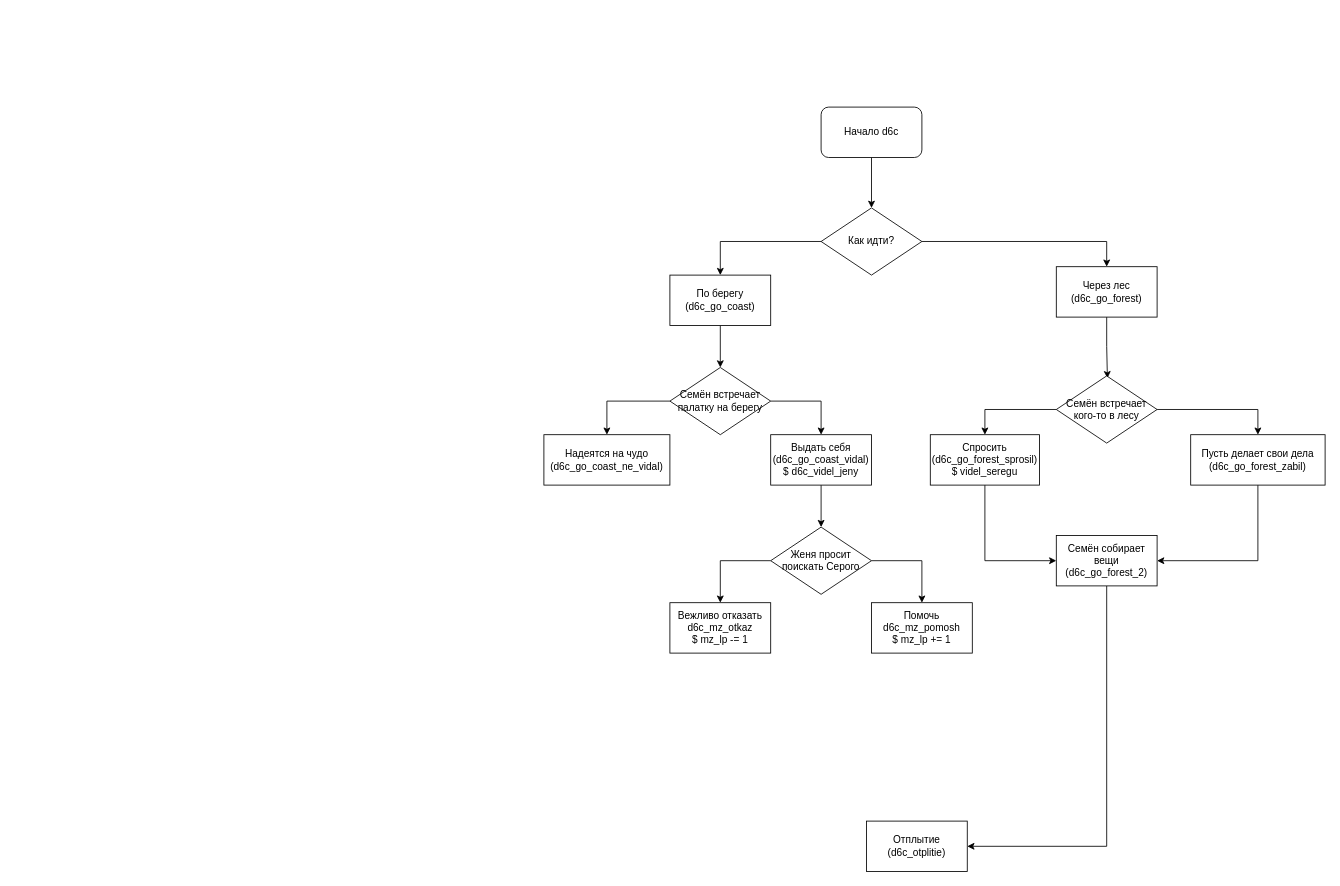
Above: Не должно попасть в релиз/Схема сценария.drawio in shkiper8591/wnfh (draw.io), before the change. Source tidied: cells renumbered, new cells numbered last; positions are measured from the earlier drawing's top-left corner, leaving out a move shared by most shapes. Both pictures are drawn from the tidied source at 84%, with x=0, y=0 at pixel (543, 107).
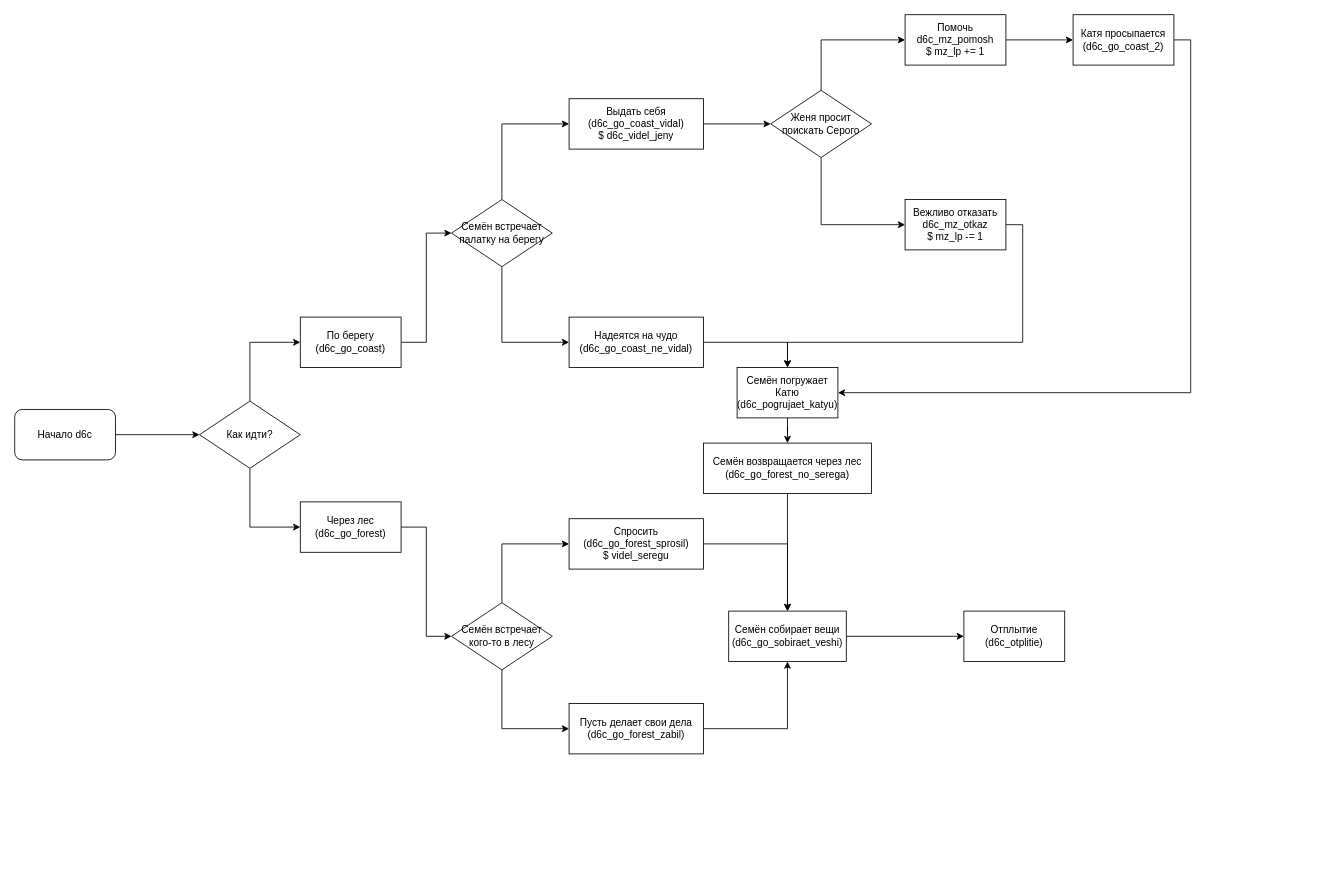
After the change.

Diff of the diagram source:
```diff
@@
-    <mxCell id="2" style="edgeStyle=orthogonalEdgeStyle;rounded=0;jettySize=auto;html=1;exitX=0.5;exitY=1;exitDx=0;exitDy=0;entryX=0.5;entryY=0;entryDx=0;entryDy=0;" parent="1" edge="1" source="3" target="6">
+    <mxCell id="2" style="edgeStyle=orthogonalEdgeStyle;rounded=0;jettySize=auto;html=1;exitX=1;exitY=0.5;exitDx=0;exitDy=0;entryX=0;entryY=0.5;entryDx=0;entryDy=0;" parent="1" edge="1" source="3" target="6">
       <mxGeometry relative="1" as="geometry" />
     </mxCell>
     <mxCell id="3" value="Начало d6c" style="rounded=1;whiteSpace=wrap;html=1;" parent="1" vertex="1">
-      <mxGeometry x="330" width="120" height="60" as="geometry" />
+      <mxGeometry x="-630" y="360" width="120" height="60" as="geometry" />
     </mxCell>
+    <mxCell id="5" style="edgeStyle=orthogonalEdgeStyle;rounded=0;jettySize=auto;html=1;exitX=0.5;exitY=1;exitDx=0;exitDy=0;entryX=0;entryY=0.5;entryDx=0;entryDy=0;" parent="1" edge="1" source="6" target="10">
+      <mxGeometry relative="1" as="geometry" />
+    </mxCell>
-    <mxCell id="4" style="edgeStyle=orthogonalEdgeStyle;rounded=0;jettySize=auto;html=1;exitX=0;exitY=0.5;exitDx=0;exitDy=0;entryX=0.5;entryY=0;entryDx=0;entryDy=0;" parent="1" edge="1" source="6" target="8">
+    <mxCell id="4" style="edgeStyle=orthogonalEdgeStyle;rounded=0;jettySize=auto;html=1;exitX=0.5;exitY=0;exitDx=0;exitDy=0;entryX=0;entryY=0.5;entryDx=0;entryDy=0;" parent="1" edge="1" source="6" target="8">
       <mxGeometry relative="1" as="geometry" />
     </mxCell>
-    <mxCell id="5" style="edgeStyle=orthogonalEdgeStyle;rounded=0;jettySize=auto;html=1;exitX=1;exitY=0.5;exitDx=0;exitDy=0;entryX=0.5;entryY=0;entryDx=0;entryDy=0;" parent="1" edge="1" source="6" target="10">
-      <mxGeometry relative="1" as="geometry" />
-    </mxCell>
     <mxCell id="6" value="Как идти?" style="rhombus;whiteSpace=wrap;html=1;" parent="1" vertex="1">
-      <mxGeometry x="330" y="120" width="120" height="80" as="geometry" />
+      <mxGeometry x="-410" y="350" width="120" height="80" as="geometry" />
     </mxCell>
-    <mxCell id="7" style="edgeStyle=orthogonalEdgeStyle;rounded=0;jettySize=auto;html=1;exitX=0.5;exitY=1;exitDx=0;exitDy=0;entryX=0.5;entryY=0;entryDx=0;entryDy=0;" parent="1" edge="1" source="8" target="13">
+    <mxCell id="7" style="edgeStyle=orthogonalEdgeStyle;rounded=0;jettySize=auto;html=1;exitX=1;exitY=0.5;exitDx=0;exitDy=0;entryX=0;entryY=0.5;entryDx=0;entryDy=0;" parent="1" edge="1" source="8" target="13">
       <mxGeometry relative="1" as="geometry" />
     </mxCell>
     <mxCell id="8" value="По берегу&lt;br&gt;(d6c_go_coast)" style="rounded=0;whiteSpace=wrap;html=1;" parent="1" vertex="1">
-      <mxGeometry x="150" y="200" width="120" height="60" as="geometry" />
+      <mxGeometry x="-290" y="250" width="120" height="60" as="geometry" />
     </mxCell>
-    <mxCell id="9" style="edgeStyle=orthogonalEdgeStyle;rounded=0;jettySize=auto;html=1;exitX=0.5;exitY=1;exitDx=0;exitDy=0;entryX=0.507;entryY=0.035;entryDx=0;entryDy=0;entryPerimeter=0;" parent="1" edge="1" source="10" target="16">
+    <mxCell id="9" style="edgeStyle=orthogonalEdgeStyle;rounded=0;jettySize=auto;html=1;exitX=1;exitY=0.5;exitDx=0;exitDy=0;entryX=0;entryY=0.5;entryDx=0;entryDy=0;" parent="1" edge="1" source="10" target="16">
       <mxGeometry relative="1" as="geometry" />
     </mxCell>
     <mxCell id="10" value="Через лес&lt;br&gt;(d6c_go_forest)" style="rounded=0;whiteSpace=wrap;html=1;" parent="1" vertex="1">
-      <mxGeometry x="610" y="190" width="120" height="60" as="geometry" />
+      <mxGeometry x="-290" y="470" width="120" height="60" as="geometry" />
     </mxCell>
-    <mxCell id="11" style="edgeStyle=orthogonalEdgeStyle;rounded=0;jettySize=auto;html=1;exitX=0;exitY=0.5;exitDx=0;exitDy=0;entryX=0.5;entryY=0;entryDx=0;entryDy=0;" parent="1" edge="1" source="13" target="17">
+    <mxCell id="11" style="edgeStyle=orthogonalEdgeStyle;rounded=0;jettySize=auto;html=1;exitX=0.5;exitY=1;exitDx=0;exitDy=0;entryX=0;entryY=0.5;entryDx=0;entryDy=0;" parent="1" edge="1" source="13" target="17">
       <mxGeometry relative="1" as="geometry" />
     </mxCell>
-    <mxCell id="12" style="edgeStyle=orthogonalEdgeStyle;rounded=0;jettySize=auto;html=1;exitX=1;exitY=0.5;exitDx=0;exitDy=0;" parent="1" edge="1" source="13" target="19">
+    <mxCell id="12" style="edgeStyle=orthogonalEdgeStyle;rounded=0;jettySize=auto;html=1;exitX=0.5;exitY=0;exitDx=0;exitDy=0;entryX=0;entryY=0.5;entryDx=0;entryDy=0;" parent="1" edge="1" source="13" target="19">
       <mxGeometry relative="1" as="geometry" />
     </mxCell>
     <mxCell id="13" value="Семён встречает палатку на берегу" style="rhombus;whiteSpace=wrap;html=1;" parent="1" vertex="1">
-      <mxGeometry x="150" y="310" width="120" height="80" as="geometry" />
+      <mxGeometry x="-110" y="110" width="120" height="80" as="geometry" />
     </mxCell>
-    <mxCell id="14" style="edgeStyle=orthogonalEdgeStyle;rounded=0;jettySize=auto;html=1;exitX=0;exitY=0.5;exitDx=0;exitDy=0;entryX=0.5;entryY=0;entryDx=0;entryDy=0;" parent="1" edge="1" source="16" target="21">
+    <mxCell id="14" style="edgeStyle=orthogonalEdgeStyle;rounded=0;jettySize=auto;html=1;exitX=0.5;exitY=0;exitDx=0;exitDy=0;entryX=0;entryY=0.5;entryDx=0;entryDy=0;" parent="1" edge="1" source="16" target="21">
       <mxGeometry relative="1" as="geometry" />
     </mxCell>
-    <mxCell id="15" style="edgeStyle=orthogonalEdgeStyle;rounded=0;jettySize=auto;html=1;exitX=1;exitY=0.5;exitDx=0;exitDy=0;entryX=0.5;entryY=0;entryDx=0;entryDy=0;" parent="1" edge="1" source="16" target="23">
+    <mxCell id="15" style="edgeStyle=orthogonalEdgeStyle;rounded=0;jettySize=auto;html=1;exitX=0.5;exitY=1;exitDx=0;exitDy=0;entryX=0;entryY=0.5;entryDx=0;entryDy=0;" parent="1" edge="1" source="16" target="23">
       <mxGeometry relative="1" as="geometry" />
     </mxCell>
     <mxCell id="16" value="Семён встречает кого-то в лесу" style="rhombus;whiteSpace=wrap;html=1;" parent="1" vertex="1">
-      <mxGeometry x="610" y="320" width="120" height="80" as="geometry" />
+      <mxGeometry x="-110" y="590" width="120" height="80" as="geometry" />
     </mxCell>
+    <mxCell id="32" style="edgeStyle=orthogonalEdgeStyle;rounded=0;jettySize=auto;html=1;exitX=1;exitY=0.5;exitDx=0;exitDy=0;entryX=0.5;entryY=0;entryDx=0;entryDy=0;" parent="1" edge="1" source="17" target="36">
+      <mxGeometry relative="1" as="geometry" />
+    </mxCell>
     <mxCell id="17" value="Надеятся на чудо&lt;br&gt;(d6c_go_coast_ne_vidal)" style="rounded=0;whiteSpace=wrap;html=1;" parent="1" vertex="1">
-      <mxGeometry y="390" width="150" height="60" as="geometry" />
+      <mxGeometry x="30" y="250" width="160" height="60" as="geometry" />
     </mxCell>
-    <mxCell id="18" style="edgeStyle=orthogonalEdgeStyle;rounded=0;jettySize=auto;html=1;exitX=0.5;exitY=1;exitDx=0;exitDy=0;entryX=0.5;entryY=0;entryDx=0;entryDy=0;" parent="1" edge="1" source="19" target="26">
+    <mxCell id="18" style="edgeStyle=orthogonalEdgeStyle;rounded=0;jettySize=auto;html=1;exitX=1;exitY=0.5;exitDx=0;exitDy=0;entryX=0;entryY=0.5;entryDx=0;entryDy=0;" parent="1" edge="1" source="19" target="26">
       <mxGeometry relative="1" as="geometry" />
     </mxCell>
     <mxCell id="19" value="Выдать себя&lt;br&gt;(d6c_go_coast_vidal)&lt;br&gt;$ d6c_videl_jeny" style="rounded=0;whiteSpace=wrap;html=1;" parent="1" vertex="1">
-      <mxGeometry x="270" y="390" width="120" height="60" as="geometry" />
+      <mxGeometry x="30" y="-10" width="160" height="60" as="geometry" />
     </mxCell>
-    <mxCell id="20" style="edgeStyle=orthogonalEdgeStyle;rounded=0;jettySize=auto;html=1;exitX=0.5;exitY=1;exitDx=0;exitDy=0;entryX=0;entryY=0.5;entryDx=0;entryDy=0;" parent="1" edge="1" source="21" target="30">
+    <mxCell id="20" style="edgeStyle=orthogonalEdgeStyle;rounded=0;jettySize=auto;html=1;exitX=1;exitY=0.5;exitDx=0;exitDy=0;entryX=0.5;entryY=0;entryDx=0;entryDy=0;" parent="1" edge="1" source="21" target="30">
       <mxGeometry relative="1" as="geometry" />
     </mxCell>
     <mxCell id="21" value="Спросить&lt;br&gt;(d6c_go_forest_sprosil)&lt;br&gt;$ videl_seregu" style="rounded=0;whiteSpace=wrap;html=1;" parent="1" vertex="1">
-      <mxGeometry x="460" y="390" width="130" height="60" as="geometry" />
+      <mxGeometry x="30" y="490" width="160" height="60" as="geometry" />
     </mxCell>
-    <mxCell id="22" style="edgeStyle=orthogonalEdgeStyle;rounded=0;jettySize=auto;html=1;exitX=0.5;exitY=1;exitDx=0;exitDy=0;entryX=1;entryY=0.5;entryDx=0;entryDy=0;" parent="1" edge="1" source="23" target="30">
+    <mxCell id="22" style="edgeStyle=orthogonalEdgeStyle;rounded=0;jettySize=auto;html=1;exitX=1;exitY=0.5;exitDx=0;exitDy=0;" parent="1" edge="1" source="23" target="30">
       <mxGeometry relative="1" as="geometry" />
     </mxCell>
     <mxCell id="23" value="Пусть делает свои дела&lt;br&gt;(d6c_go_forest_zabil)" style="rounded=0;whiteSpace=wrap;html=1;" parent="1" vertex="1">
-      <mxGeometry x="770" y="390" width="160" height="60" as="geometry" />
+      <mxGeometry x="30" y="710" width="160" height="60" as="geometry" />
     </mxCell>
-    <mxCell id="24" style="edgeStyle=orthogonalEdgeStyle;rounded=0;jettySize=auto;html=1;exitX=0;exitY=0.5;exitDx=0;exitDy=0;entryX=0.5;entryY=0;entryDx=0;entryDy=0;" parent="1" edge="1" source="26" target="27">
+    <mxCell id="24" style="edgeStyle=orthogonalEdgeStyle;rounded=0;jettySize=auto;html=1;exitX=0.5;exitY=1;exitDx=0;exitDy=0;entryX=0;entryY=0.5;entryDx=0;entryDy=0;" parent="1" edge="1" source="26" target="27">
       <mxGeometry relative="1" as="geometry" />
     </mxCell>
-    <mxCell id="25" style="edgeStyle=orthogonalEdgeStyle;rounded=0;jettySize=auto;html=1;exitX=1;exitY=0.5;exitDx=0;exitDy=0;" parent="1" edge="1" source="26" target="28">
+    <mxCell id="25" style="edgeStyle=orthogonalEdgeStyle;rounded=0;jettySize=auto;html=1;exitX=0.5;exitY=0;exitDx=0;exitDy=0;entryX=0;entryY=0.5;entryDx=0;entryDy=0;" parent="1" edge="1" source="26" target="28">
       <mxGeometry relative="1" as="geometry" />
     </mxCell>
     <mxCell id="26" value="Женя просит поискать Серого" style="rhombus;whiteSpace=wrap;html=1;" parent="1" vertex="1">
-      <mxGeometry x="270" y="500" width="120" height="80" as="geometry" />
+      <mxGeometry x="270" y="-20" width="120" height="80" as="geometry" />
     </mxCell>
+    <mxCell id="33" style="edgeStyle=orthogonalEdgeStyle;rounded=0;jettySize=auto;html=1;exitX=1;exitY=0.5;exitDx=0;exitDy=0;" parent="1" edge="1" source="27" target="36">
+      <mxGeometry relative="1" as="geometry">
+        <Array as="points">
+          <mxPoint x="570" y="140" />
+          <mxPoint x="570" y="280" />
+          <mxPoint x="290" y="280" />
+        </Array>
+      </mxGeometry>
+    </mxCell>
     <mxCell id="27" value="Вежливо отказать&lt;br&gt;d6c_mz_otkaz&lt;br&gt;$ mz_lp -= 1" style="rounded=0;whiteSpace=wrap;html=1;" parent="1" vertex="1">
-      <mxGeometry x="150" y="590" width="120" height="60" as="geometry" />
+      <mxGeometry x="430" y="110" width="120" height="60" as="geometry" />
     </mxCell>
+    <mxCell id="34" style="edgeStyle=orthogonalEdgeStyle;rounded=0;jettySize=auto;html=1;exitX=1;exitY=0.5;exitDx=0;exitDy=0;entryX=0;entryY=0.5;entryDx=0;entryDy=0;" parent="1" edge="1" source="28" target="38">
+      <mxGeometry relative="1" as="geometry" />
+    </mxCell>
     <mxCell id="28" value="Помочь&lt;br&gt;d6c_mz_pomosh&lt;br&gt;$ mz_lp += 1" style="rounded=0;whiteSpace=wrap;html=1;" parent="1" vertex="1">
-      <mxGeometry x="390" y="590" width="120" height="60" as="geometry" />
+      <mxGeometry x="430" y="-110" width="120" height="60" as="geometry" />
     </mxCell>
-    <mxCell id="29" style="edgeStyle=orthogonalEdgeStyle;rounded=0;jettySize=auto;html=1;exitX=0.5;exitY=1;exitDx=0;exitDy=0;entryX=1;entryY=0.5;entryDx=0;entryDy=0;" parent="1" edge="1" source="30" target="31">
+    <mxCell id="29" style="edgeStyle=orthogonalEdgeStyle;rounded=0;jettySize=auto;html=1;exitX=1;exitY=0.5;exitDx=0;exitDy=0;entryX=0;entryY=0.5;entryDx=0;entryDy=0;" parent="1" edge="1" source="30" target="31">
       <mxGeometry relative="1" as="geometry" />
     </mxCell>
-    <mxCell id="30" value="Семён собирает вещи&lt;br&gt;(d6c_go_forest_2)" style="rounded=0;whiteSpace=wrap;html=1;" parent="1" vertex="1">
-      <mxGeometry x="610" y="510" width="120" height="60" as="geometry" />
+    <mxCell id="30" value="Семён собирает вещи&lt;br&gt;(d6c_go_sobiraet_veshi)" style="rounded=0;whiteSpace=wrap;html=1;" parent="1" vertex="1">
+      <mxGeometry x="220" y="600" width="140" height="60" as="geometry" />
     </mxCell>
     <mxCell id="31" value="Отплытие&lt;br&gt;(d6c_otplitie)" style="rounded=0;whiteSpace=wrap;html=1;" parent="1" vertex="1">
-      <mxGeometry x="384" y="850" width="120" height="60" as="geometry" />
+      <mxGeometry x="500" y="600" width="120" height="60" as="geometry" />
     </mxCell>
+    <mxCell id="35" style="edgeStyle=orthogonalEdgeStyle;rounded=0;jettySize=auto;html=1;exitX=0.5;exitY=1;exitDx=0;exitDy=0;" parent="1" edge="1" source="36" target="40">
+      <mxGeometry relative="1" as="geometry" />
+    </mxCell>
+    <mxCell id="36" value="Семён погружает Катю&lt;br&gt;(d6c_pogrujaet_katyu)" style="rounded=0;whiteSpace=wrap;html=1;" parent="1" vertex="1">
+      <mxGeometry x="230" y="310" width="120" height="60" as="geometry" />
+    </mxCell>
+    <mxCell id="37" style="edgeStyle=orthogonalEdgeStyle;rounded=0;jettySize=auto;html=1;exitX=1;exitY=0.5;exitDx=0;exitDy=0;entryX=1;entryY=0.5;entryDx=0;entryDy=0;" parent="1" edge="1" source="38" target="36">
+      <mxGeometry relative="1" as="geometry" />
+    </mxCell>
+    <mxCell id="38" value="Катя просыпается&lt;br&gt;(d6c_go_coast_2)" style="rounded=0;whiteSpace=wrap;html=1;" parent="1" vertex="1">
+      <mxGeometry x="630" y="-110" width="120" height="60" as="geometry" />
+    </mxCell>
+    <mxCell id="39" style="edgeStyle=orthogonalEdgeStyle;rounded=0;jettySize=auto;html=1;exitX=0.5;exitY=1;exitDx=0;exitDy=0;entryX=0.5;entryY=0;entryDx=0;entryDy=0;" parent="1" edge="1" source="40" target="30">
+      <mxGeometry relative="1" as="geometry" />
+    </mxCell>
+    <mxCell id="40" value="Семён возвращается через лес&lt;br&gt;(d6c_go_forest_no_serega)" style="rounded=0;whiteSpace=wrap;html=1;" parent="1" vertex="1">
+      <mxGeometry x="190" y="400" width="200" height="60" as="geometry" />
+    </mxCell>
```
